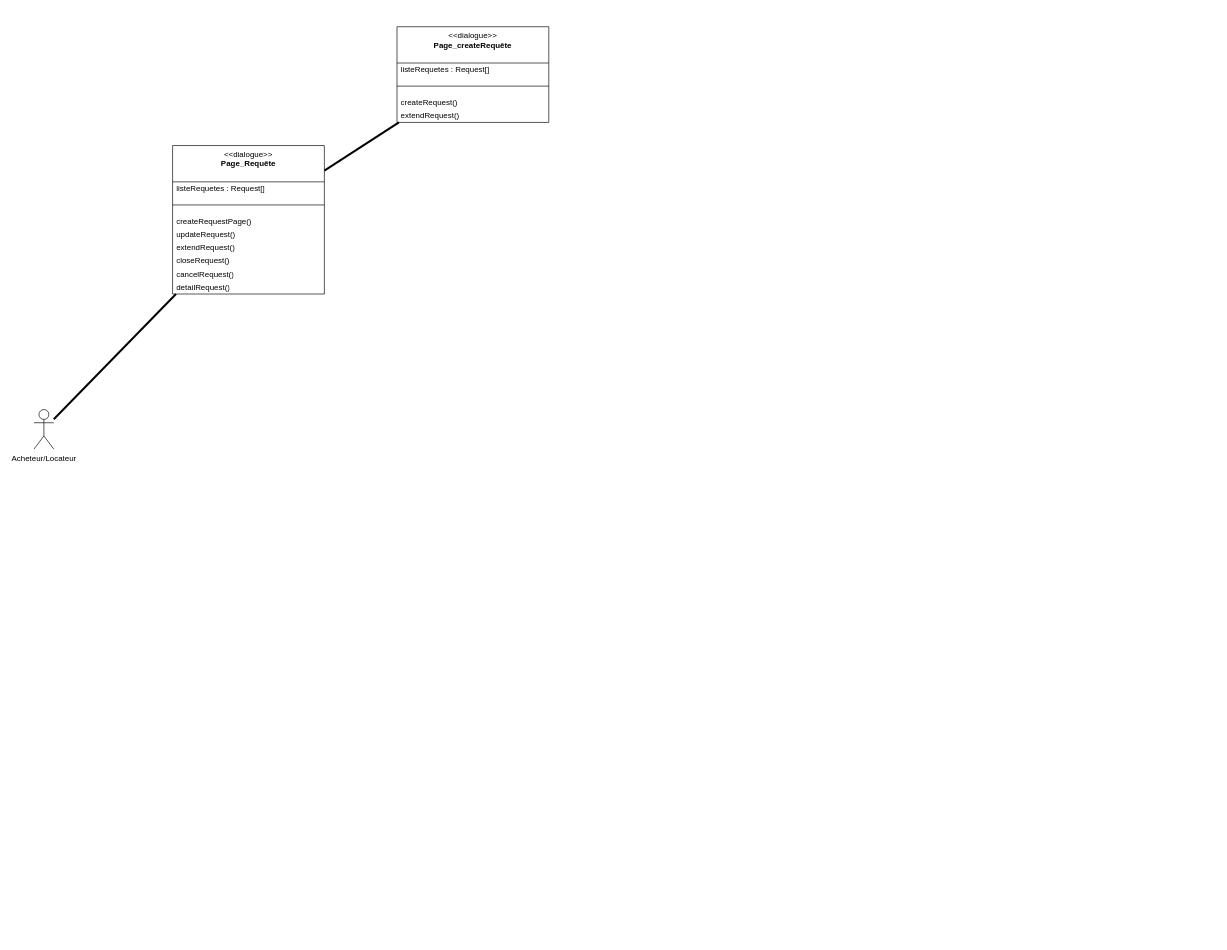
Earlier version of the draw.io diagram page "DCP-REQUETE" (11 of 11) of Diagramme-vone-2024.drawio (Kaji17/Diagramme-UML). Source tidied: cells renumbered, new cells numbered last; positions are measured from the earlier drawing's top-left corner, leaving out a move shared by most shapes. Both pictures are drawn from the tidied source at 66%, with x=0, y=0 at pixel (34, 26).
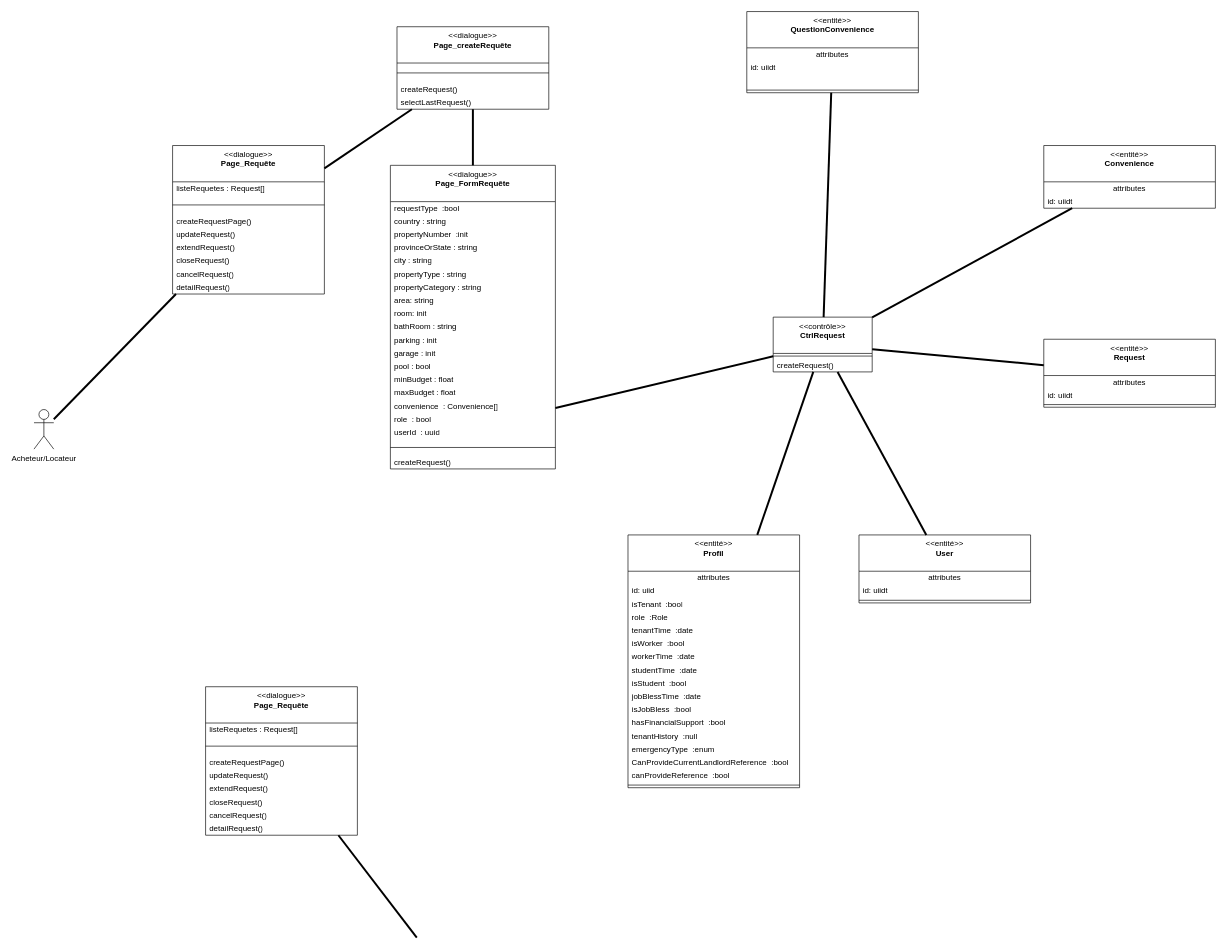
The same diagram, later.

Change to the diagram source:
```diff
@@
     <mxCell id="14" value="&amp;lt;&amp;lt;dialogue&amp;gt;&amp;gt;&lt;br&gt;&lt;b&gt;Page_createRequête&lt;br&gt;&lt;/b&gt;" style="swimlane;fontStyle=0;align=center;verticalAlign=top;horizontal=1;startSize=55;html=1;whiteSpace=wrap;" parent="1" vertex="1">
-      <mxGeometry x="550" width="230" height="145" as="geometry" />
+      <mxGeometry x="550" width="230" height="125" as="geometry" />
     </mxCell>
-    <mxCell id="15" value="listeRequetes : Request[]" style="text;html=1;align=left;verticalAlign=middle;spacingLeft=4;spacingRight=4;overflow=hidden;whiteSpace=wrap;" parent="14" vertex="1">
-      <mxGeometry y="55" width="230" height="20" as="geometry" />
-    </mxCell>
     <mxCell id="16" style="line;strokeWidth=1;align=left;verticalAlign=middle;spacingTop=-1;spacingLeft=3;spacingRight=3;labelPosition=right;" parent="14" vertex="1">
-      <mxGeometry y="75" width="230" height="30" as="geometry" />
+      <mxGeometry y="55" width="230" height="30" as="geometry" />
     </mxCell>
     <mxCell id="17" value="createRequest()" style="text;html=1;align=left;verticalAlign=middle;spacingLeft=4;spacingRight=4;overflow=hidden;whiteSpace=wrap;" parent="14" vertex="1">
-      <mxGeometry y="105" width="230" height="20" as="geometry" />
+      <mxGeometry y="85" width="230" height="20" as="geometry" />
     </mxCell>
-    <mxCell id="18" value="extendRequest()" style="text;html=1;align=left;verticalAlign=middle;spacingLeft=4;spacingRight=4;overflow=hidden;points=[[0,0.5],[1,0.5]];portConstraint=eastwest;whiteSpace=wrap;" parent="14" vertex="1">
-      <mxGeometry y="125" width="230" height="20" as="geometry" />
+    <mxCell id="18" value="selectLastRequest()" style="text;html=1;align=left;verticalAlign=middle;spacingLeft=4;spacingRight=4;overflow=hidden;points=[[0,0.5],[1,0.5]];portConstraint=eastwest;whiteSpace=wrap;" parent="14" vertex="1">
+      <mxGeometry y="105" width="230" height="20" as="geometry" />
     </mxCell>
+    <mxCell id="19" value="&amp;lt;&amp;lt;dialogue&amp;gt;&amp;gt;&lt;br&gt;&lt;b&gt;Page_FormRequête&lt;br&gt;&lt;/b&gt;" style="swimlane;fontStyle=0;align=center;verticalAlign=top;horizontal=1;startSize=55;html=1;whiteSpace=wrap;" parent="1" vertex="1">
+      <mxGeometry x="540" y="210" width="250" height="460" as="geometry" />
+    </mxCell>
+    <mxCell id="20" value="requestType &amp;nbsp;:bool" style="text;html=1;align=left;verticalAlign=middle;spacingLeft=4;spacingRight=4;overflow=hidden;whiteSpace=wrap;" parent="19" vertex="1">
+      <mxGeometry y="55" width="250" height="20" as="geometry" />
+    </mxCell>
+    <mxCell id="21" value="country : string" style="text;html=1;align=left;verticalAlign=middle;spacingLeft=4;spacingRight=4;overflow=hidden;whiteSpace=wrap;" parent="19" vertex="1">
+      <mxGeometry y="75" width="250" height="20" as="geometry" />
+    </mxCell>
+    <mxCell id="22" value="propertyNumber &amp;nbsp;:init" style="text;html=1;align=left;verticalAlign=middle;spacingLeft=4;spacingRight=4;overflow=hidden;whiteSpace=wrap;" parent="19" vertex="1">
+      <mxGeometry y="95" width="250" height="20" as="geometry" />
+    </mxCell>
+    <mxCell id="23" value="provinceOrState : string" style="text;html=1;align=left;verticalAlign=middle;spacingLeft=4;spacingRight=4;overflow=hidden;whiteSpace=wrap;" parent="19" vertex="1">
+      <mxGeometry y="115" width="250" height="20" as="geometry" />
+    </mxCell>
+    <mxCell id="24" value="city : string" style="text;html=1;align=left;verticalAlign=middle;spacingLeft=4;spacingRight=4;overflow=hidden;whiteSpace=wrap;" parent="19" vertex="1">
+      <mxGeometry y="135" width="250" height="20" as="geometry" />
+    </mxCell>
+    <mxCell id="25" value="propertyType : string" style="text;html=1;align=left;verticalAlign=middle;spacingLeft=4;spacingRight=4;overflow=hidden;whiteSpace=wrap;" parent="19" vertex="1">
+      <mxGeometry y="155" width="250" height="20" as="geometry" />
+    </mxCell>
+    <mxCell id="26" value="propertyCategory : string" style="text;html=1;align=left;verticalAlign=middle;spacingLeft=4;spacingRight=4;overflow=hidden;whiteSpace=wrap;" parent="19" vertex="1">
+      <mxGeometry y="175" width="250" height="20" as="geometry" />
+    </mxCell>
+    <mxCell id="27" value="area: string" style="text;html=1;align=left;verticalAlign=middle;spacingLeft=4;spacingRight=4;overflow=hidden;whiteSpace=wrap;" parent="19" vertex="1">
+      <mxGeometry y="195" width="250" height="20" as="geometry" />
+    </mxCell>
+    <mxCell id="28" value="room: init" style="text;html=1;align=left;verticalAlign=middle;spacingLeft=4;spacingRight=4;overflow=hidden;whiteSpace=wrap;" parent="19" vertex="1">
+      <mxGeometry y="215" width="250" height="20" as="geometry" />
+    </mxCell>
+    <mxCell id="29" value="bathRoom : string" style="text;html=1;align=left;verticalAlign=middle;spacingLeft=4;spacingRight=4;overflow=hidden;whiteSpace=wrap;" parent="19" vertex="1">
+      <mxGeometry y="235" width="250" height="20" as="geometry" />
+    </mxCell>
+    <mxCell id="30" value="parking : init" style="text;html=1;align=left;verticalAlign=middle;spacingLeft=4;spacingRight=4;overflow=hidden;whiteSpace=wrap;" parent="19" vertex="1">
+      <mxGeometry y="255" width="250" height="20" as="geometry" />
+    </mxCell>
+    <mxCell id="31" value="garage : init" style="text;html=1;align=left;verticalAlign=middle;spacingLeft=4;spacingRight=4;overflow=hidden;whiteSpace=wrap;" parent="19" vertex="1">
+      <mxGeometry y="275" width="250" height="20" as="geometry" />
+    </mxCell>
+    <mxCell id="32" value="pool : bool" style="text;html=1;align=left;verticalAlign=middle;spacingLeft=4;spacingRight=4;overflow=hidden;whiteSpace=wrap;" parent="19" vertex="1">
+      <mxGeometry y="295" width="250" height="20" as="geometry" />
+    </mxCell>
+    <mxCell id="33" value="minBudget : float" style="text;html=1;align=left;verticalAlign=middle;spacingLeft=4;spacingRight=4;overflow=hidden;whiteSpace=wrap;" parent="19" vertex="1">
+      <mxGeometry y="315" width="250" height="20" as="geometry" />
+    </mxCell>
+    <mxCell id="34" value="maxBudget : float" style="text;html=1;align=left;verticalAlign=middle;spacingLeft=4;spacingRight=4;overflow=hidden;whiteSpace=wrap;" parent="19" vertex="1">
+      <mxGeometry y="335" width="250" height="20" as="geometry" />
+    </mxCell>
+    <mxCell id="35" value="convenience &amp;nbsp;: Convenience[]" style="text;html=1;align=left;verticalAlign=middle;spacingLeft=4;spacingRight=4;overflow=hidden;whiteSpace=wrap;" parent="19" vertex="1">
+      <mxGeometry y="355" width="250" height="20" as="geometry" />
+    </mxCell>
+    <mxCell id="36" value="role &amp;nbsp;: bool" style="text;html=1;align=left;verticalAlign=middle;spacingLeft=4;spacingRight=4;overflow=hidden;whiteSpace=wrap;" parent="19" vertex="1">
+      <mxGeometry y="375" width="250" height="20" as="geometry" />
+    </mxCell>
+    <mxCell id="37" value="userId &amp;nbsp;: uuid" style="text;html=1;align=left;verticalAlign=middle;spacingLeft=4;spacingRight=4;overflow=hidden;whiteSpace=wrap;" parent="19" vertex="1">
+      <mxGeometry y="395" width="250" height="20" as="geometry" />
+    </mxCell>
+    <mxCell id="38" style="line;strokeWidth=1;align=left;verticalAlign=middle;spacingTop=-1;spacingLeft=3;spacingRight=3;labelPosition=right;" parent="19" vertex="1">
+      <mxGeometry y="415" width="250" height="25" as="geometry" />
+    </mxCell>
+    <mxCell id="39" value="createRequest()" style="text;html=1;align=left;verticalAlign=middle;spacingLeft=4;spacingRight=4;overflow=hidden;whiteSpace=wrap;" parent="19" vertex="1">
+      <mxGeometry y="440" width="250" height="20" as="geometry" />
+    </mxCell>
+    <mxCell id="40" style="endArrow=none;startArrow=none;endFill=0;startFill=0;endSize=8;html=1;verticalAlign=bottom;labelBackgroundColor=none;strokeWidth=3;rounded=0;" parent="1" edge="1" source="19" target="18">
+      <mxGeometry relative="1" as="geometry" />
+    </mxCell>
+    <mxCell id="41" value="&amp;lt;&amp;lt;dialogue&amp;gt;&amp;gt;&lt;br&gt;&lt;b&gt;Page_Requête&lt;br&gt;&lt;/b&gt;" style="swimlane;fontStyle=0;align=center;verticalAlign=top;horizontal=1;startSize=55;html=1;whiteSpace=wrap;" parent="1" vertex="1">
+      <mxGeometry x="260" y="1000" width="230" height="225" as="geometry" />
+    </mxCell>
+    <mxCell id="15" value="listeRequetes : Request[]" style="text;html=1;align=left;verticalAlign=middle;spacingLeft=4;spacingRight=4;overflow=hidden;whiteSpace=wrap;" parent="41" vertex="1">
+      <mxGeometry y="55" width="230" height="20" as="geometry" />
+    </mxCell>
+    <mxCell id="42" style="line;strokeWidth=1;align=left;verticalAlign=middle;spacingTop=-1;spacingLeft=3;spacingRight=3;labelPosition=right;" parent="41" vertex="1">
+      <mxGeometry y="75" width="230" height="30" as="geometry" />
+    </mxCell>
+    <mxCell id="43" value="createRequestPage()" style="text;html=1;align=left;verticalAlign=middle;spacingLeft=4;spacingRight=4;overflow=hidden;whiteSpace=wrap;" parent="41" vertex="1">
+      <mxGeometry y="105" width="230" height="20" as="geometry" />
+    </mxCell>
+    <mxCell id="44" value="updateRequest()" style="text;html=1;align=left;verticalAlign=middle;spacingLeft=4;spacingRight=4;overflow=hidden;whiteSpace=wrap;" parent="41" vertex="1">
+      <mxGeometry y="125" width="230" height="20" as="geometry" />
+    </mxCell>
+    <mxCell id="45" value="extendRequest()" style="text;html=1;align=left;verticalAlign=middle;spacingLeft=4;spacingRight=4;overflow=hidden;whiteSpace=wrap;" parent="41" vertex="1">
+      <mxGeometry y="145" width="230" height="20" as="geometry" />
+    </mxCell>
+    <mxCell id="46" value="closeRequest()" style="text;html=1;align=left;verticalAlign=middle;spacingLeft=4;spacingRight=4;overflow=hidden;whiteSpace=wrap;" parent="41" vertex="1">
+      <mxGeometry y="165" width="230" height="20" as="geometry" />
+    </mxCell>
+    <mxCell id="47" value="cancelRequest()" style="text;html=1;align=left;verticalAlign=middle;spacingLeft=4;spacingRight=4;overflow=hidden;whiteSpace=wrap;" parent="41" vertex="1">
+      <mxGeometry y="185" width="230" height="20" as="geometry" />
+    </mxCell>
+    <mxCell id="48" value="detailRequest()" style="text;html=1;align=left;verticalAlign=middle;spacingLeft=4;spacingRight=4;overflow=hidden;whiteSpace=wrap;" parent="41" vertex="1">
+      <mxGeometry y="205" width="230" height="20" as="geometry" />
+    </mxCell>
+    <mxCell id="49" style="endArrow=none;startArrow=none;endFill=0;startFill=0;endSize=8;html=1;verticalAlign=bottom;labelBackgroundColor=none;strokeWidth=3;rounded=0;" parent="1" edge="1" target="41">
+      <mxGeometry relative="1" as="geometry">
+        <mxPoint x="580" y="1380" as="sourcePoint" />
+      </mxGeometry>
+    </mxCell>
+    <mxCell id="50" value="&amp;lt;&amp;lt;contrôle&amp;gt;&amp;gt;&lt;br&gt;&lt;b&gt;CtrlRequest&lt;/b&gt;" style="swimlane;fontStyle=0;align=center;verticalAlign=top;horizontal=1;startSize=55;html=1;whiteSpace=wrap;" parent="1" vertex="1">
+      <mxGeometry x="1120" y="440" width="150" height="83" as="geometry" />
+    </mxCell>
+    <mxCell id="51" style="line;strokeWidth=1;align=left;verticalAlign=middle;spacingTop=-1;spacingLeft=3;spacingRight=3;labelPosition=right;" parent="50" vertex="1">
+      <mxGeometry y="55" width="150" height="8" as="geometry" />
+    </mxCell>
+    <mxCell id="52" value="createRequest()" style="text;html=1;align=left;verticalAlign=middle;spacingLeft=4;spacingRight=4;overflow=hidden;whiteSpace=wrap;" parent="50" vertex="1">
+      <mxGeometry y="63" width="150" height="20" as="geometry" />
+    </mxCell>
+    <mxCell id="53" style="endArrow=none;startArrow=none;endFill=0;startFill=0;endSize=8;html=1;verticalAlign=bottom;labelBackgroundColor=none;strokeWidth=3;rounded=0;" parent="1" edge="1" source="50">
+      <mxGeometry relative="1" as="geometry">
+        <mxPoint x="790" y="577.7" as="targetPoint" />
+      </mxGeometry>
+    </mxCell>
+    <mxCell id="54" value="&amp;lt;&amp;lt;entité&amp;gt;&amp;gt;&lt;br&gt;&lt;b&gt;Request&lt;/b&gt;" style="swimlane;fontStyle=0;align=center;verticalAlign=top;horizontal=1;startSize=55;html=1;whiteSpace=wrap;" parent="1" vertex="1">
+      <mxGeometry x="1530" y="473.5" width="260" height="103" as="geometry" />
+    </mxCell>
+    <mxCell id="55" value="attributes" style="text;html=1;align=center;verticalAlign=middle;spacingLeft=4;spacingRight=4;overflow=hidden;whiteSpace=wrap;" parent="54" vertex="1">
+      <mxGeometry y="55" width="260" height="20" as="geometry" />
+    </mxCell>
+    <mxCell id="56" value="id: uiidt" style="text;html=1;align=left;verticalAlign=middle;spacingLeft=4;spacingRight=4;overflow=hidden;whiteSpace=wrap;" parent="54" vertex="1">
+      <mxGeometry y="75" width="260" height="20" as="geometry" />
+    </mxCell>
+    <mxCell id="57" style="line;strokeWidth=1;align=left;verticalAlign=middle;spacingTop=-1;spacingLeft=3;spacingRight=3;labelPosition=right;" parent="54" vertex="1">
+      <mxGeometry y="95" width="260" height="8" as="geometry" />
+    </mxCell>
+    <mxCell id="58" style="endArrow=none;startArrow=none;endFill=0;startFill=0;endSize=8;html=1;verticalAlign=bottom;labelBackgroundColor=none;strokeWidth=3;rounded=0;" parent="1" edge="1" source="54" target="50">
+      <mxGeometry relative="1" as="geometry" />
+    </mxCell>
+    <mxCell id="59" value="&amp;lt;&amp;lt;entité&amp;gt;&amp;gt;&lt;br&gt;&lt;b&gt;User&lt;/b&gt;" style="swimlane;fontStyle=0;align=center;verticalAlign=top;horizontal=1;startSize=55;html=1;whiteSpace=wrap;" parent="1" vertex="1">
+      <mxGeometry x="1250" y="770" width="260" height="103" as="geometry" />
+    </mxCell>
+    <mxCell id="60" value="attributes" style="text;html=1;align=center;verticalAlign=middle;spacingLeft=4;spacingRight=4;overflow=hidden;whiteSpace=wrap;" parent="59" vertex="1">
+      <mxGeometry y="55" width="260" height="20" as="geometry" />
+    </mxCell>
+    <mxCell id="61" value="id: uiidt" style="text;html=1;align=left;verticalAlign=middle;spacingLeft=4;spacingRight=4;overflow=hidden;whiteSpace=wrap;" parent="59" vertex="1">
+      <mxGeometry y="75" width="260" height="20" as="geometry" />
+    </mxCell>
+    <mxCell id="62" style="line;strokeWidth=1;align=left;verticalAlign=middle;spacingTop=-1;spacingLeft=3;spacingRight=3;labelPosition=right;" parent="59" vertex="1">
+      <mxGeometry y="95" width="260" height="8" as="geometry" />
+    </mxCell>
+    <mxCell id="63" style="endArrow=none;startArrow=none;endFill=0;startFill=0;endSize=8;html=1;verticalAlign=bottom;labelBackgroundColor=none;strokeWidth=3;rounded=0;" parent="1" edge="1" source="59" target="50">
+      <mxGeometry relative="1" as="geometry" />
+    </mxCell>
+    <mxCell id="64" value="&amp;lt;&amp;lt;entité&amp;gt;&amp;gt;&lt;br&gt;&lt;b&gt;Profil&lt;/b&gt;" style="swimlane;fontStyle=0;align=center;verticalAlign=top;horizontal=1;startSize=55;html=1;whiteSpace=wrap;" parent="1" vertex="1">
+      <mxGeometry x="900" y="770" width="260" height="383" as="geometry" />
+    </mxCell>
+    <mxCell id="65" value="attributes" style="text;html=1;align=center;verticalAlign=middle;spacingLeft=4;spacingRight=4;overflow=hidden;whiteSpace=wrap;" parent="64" vertex="1">
+      <mxGeometry y="55" width="260" height="20" as="geometry" />
+    </mxCell>
+    <mxCell id="66" value="id:&amp;nbsp;uiid" style="text;html=1;align=left;verticalAlign=middle;spacingLeft=4;spacingRight=4;overflow=hidden;whiteSpace=wrap;" parent="64" vertex="1">
+      <mxGeometry y="75" width="260" height="20" as="geometry" />
+    </mxCell>
+    <mxCell id="67" value="isTenant &amp;nbsp;:bool" style="text;html=1;align=left;verticalAlign=middle;spacingLeft=4;spacingRight=4;overflow=hidden;whiteSpace=wrap;" parent="64" vertex="1">
+      <mxGeometry y="95" width="260" height="20" as="geometry" />
+    </mxCell>
+    <mxCell id="68" value="role &amp;nbsp;:Role" style="text;html=1;align=left;verticalAlign=middle;spacingLeft=4;spacingRight=4;overflow=hidden;whiteSpace=wrap;" parent="64" vertex="1">
+      <mxGeometry y="115" width="260" height="20" as="geometry" />
+    </mxCell>
+    <mxCell id="69" value="tenantTime &amp;nbsp;:date" style="text;html=1;align=left;verticalAlign=middle;spacingLeft=4;spacingRight=4;overflow=hidden;whiteSpace=wrap;" parent="64" vertex="1">
+      <mxGeometry y="135" width="260" height="20" as="geometry" />
+    </mxCell>
+    <mxCell id="70" value="isWorker &amp;nbsp;:bool" style="text;html=1;align=left;verticalAlign=middle;spacingLeft=4;spacingRight=4;overflow=hidden;whiteSpace=wrap;" parent="64" vertex="1">
+      <mxGeometry y="155" width="260" height="20" as="geometry" />
+    </mxCell>
+    <mxCell id="71" value="workerTime &amp;nbsp;:date" style="text;html=1;align=left;verticalAlign=middle;spacingLeft=4;spacingRight=4;overflow=hidden;whiteSpace=wrap;" parent="64" vertex="1">
+      <mxGeometry y="175" width="260" height="20" as="geometry" />
+    </mxCell>
+    <mxCell id="72" value="studentTime &amp;nbsp;:date" style="text;html=1;align=left;verticalAlign=middle;spacingLeft=4;spacingRight=4;overflow=hidden;whiteSpace=wrap;" parent="64" vertex="1">
+      <mxGeometry y="195" width="260" height="20" as="geometry" />
+    </mxCell>
+    <mxCell id="73" value="isStudent &amp;nbsp;:bool" style="text;html=1;align=left;verticalAlign=middle;spacingLeft=4;spacingRight=4;overflow=hidden;whiteSpace=wrap;" parent="64" vertex="1">
+      <mxGeometry y="215" width="260" height="20" as="geometry" />
+    </mxCell>
+    <mxCell id="74" value="jobBlessTime &amp;nbsp;:date" style="text;html=1;align=left;verticalAlign=middle;spacingLeft=4;spacingRight=4;overflow=hidden;whiteSpace=wrap;" parent="64" vertex="1">
+      <mxGeometry y="235" width="260" height="20" as="geometry" />
+    </mxCell>
+    <mxCell id="75" value="isJobBless &amp;nbsp;:bool" style="text;html=1;align=left;verticalAlign=middle;spacingLeft=4;spacingRight=4;overflow=hidden;whiteSpace=wrap;" parent="64" vertex="1">
+      <mxGeometry y="255" width="260" height="20" as="geometry" />
+    </mxCell>
+    <mxCell id="76" value="hasFinancialSupport &amp;nbsp;:bool" style="text;html=1;align=left;verticalAlign=middle;spacingLeft=4;spacingRight=4;overflow=hidden;whiteSpace=wrap;" parent="64" vertex="1">
+      <mxGeometry y="275" width="260" height="20" as="geometry" />
+    </mxCell>
+    <mxCell id="77" value="tenantHistory &amp;nbsp;:null" style="text;html=1;align=left;verticalAlign=middle;spacingLeft=4;spacingRight=4;overflow=hidden;whiteSpace=wrap;" parent="64" vertex="1">
+      <mxGeometry y="295" width="260" height="20" as="geometry" />
+    </mxCell>
+    <mxCell id="78" value="emergencyType &amp;nbsp;:enum" style="text;html=1;align=left;verticalAlign=middle;spacingLeft=4;spacingRight=4;overflow=hidden;whiteSpace=wrap;" parent="64" vertex="1">
+      <mxGeometry y="315" width="260" height="20" as="geometry" />
+    </mxCell>
+    <mxCell id="79" value="CanProvideCurrentLandlordReference &amp;nbsp;:bool" style="text;html=1;align=left;verticalAlign=middle;spacingLeft=4;spacingRight=4;overflow=hidden;whiteSpace=wrap;" parent="64" vertex="1">
+      <mxGeometry y="335" width="260" height="20" as="geometry" />
+    </mxCell>
+    <mxCell id="80" value="canProvideReference &amp;nbsp;:bool" style="text;html=1;align=left;verticalAlign=middle;spacingLeft=4;spacingRight=4;overflow=hidden;whiteSpace=wrap;" parent="64" vertex="1">
+      <mxGeometry y="355" width="260" height="20" as="geometry" />
+    </mxCell>
+    <mxCell id="81" style="line;strokeWidth=1;align=left;verticalAlign=middle;spacingTop=-1;spacingLeft=3;spacingRight=3;labelPosition=right;" parent="64" vertex="1">
+      <mxGeometry y="375" width="260" height="8" as="geometry" />
+    </mxCell>
+    <mxCell id="82" style="endArrow=none;startArrow=none;endFill=0;startFill=0;endSize=8;html=1;verticalAlign=bottom;labelBackgroundColor=none;strokeWidth=3;rounded=0;" parent="1" edge="1" source="64" target="50">
+      <mxGeometry relative="1" as="geometry" />
+    </mxCell>
+    <mxCell id="83" style="endArrow=none;startArrow=none;endFill=0;startFill=0;endSize=8;html=1;verticalAlign=bottom;labelBackgroundColor=none;strokeWidth=3;rounded=0;" parent="1" edge="1" source="84" target="50">
+      <mxGeometry relative="1" as="geometry" />
+    </mxCell>
+    <mxCell id="84" value="&amp;lt;&amp;lt;entité&amp;gt;&amp;gt;&lt;br&gt;&lt;b&gt;Convenience&lt;/b&gt;" style="swimlane;fontStyle=0;align=center;verticalAlign=top;horizontal=1;startSize=55;html=1;whiteSpace=wrap;" parent="1" vertex="1">
+      <mxGeometry x="1530" y="180" width="260" height="95" as="geometry" />
+    </mxCell>
+    <mxCell id="85" value="attributes" style="text;html=1;align=center;verticalAlign=middle;spacingLeft=4;spacingRight=4;overflow=hidden;whiteSpace=wrap;" parent="84" vertex="1">
+      <mxGeometry y="55" width="260" height="20" as="geometry" />
+    </mxCell>
+    <mxCell id="86" value="id: uiidt" style="text;html=1;align=left;verticalAlign=middle;spacingLeft=4;spacingRight=4;overflow=hidden;whiteSpace=wrap;" parent="84" vertex="1">
+      <mxGeometry y="75" width="260" height="20" as="geometry" />
+    </mxCell>
+    <mxCell id="87" style="endArrow=none;startArrow=none;endFill=0;startFill=0;endSize=8;html=1;verticalAlign=bottom;labelBackgroundColor=none;strokeWidth=3;rounded=0;" parent="1" edge="1" source="88" target="50">
+      <mxGeometry relative="1" as="geometry" />
+    </mxCell>
+    <mxCell id="88" value="&amp;lt;&amp;lt;entité&amp;gt;&amp;gt;&lt;br&gt;&lt;b&gt;QuestionConvenience&lt;/b&gt;" style="swimlane;fontStyle=0;align=center;verticalAlign=top;horizontal=1;startSize=55;html=1;whiteSpace=wrap;" parent="1" vertex="1">
+      <mxGeometry x="1080" y="-23" width="260" height="123" as="geometry" />
+    </mxCell>
+    <mxCell id="89" value="attributes" style="text;html=1;align=center;verticalAlign=middle;spacingLeft=4;spacingRight=4;overflow=hidden;whiteSpace=wrap;" parent="88" vertex="1">
+      <mxGeometry y="55" width="260" height="20" as="geometry" />
+    </mxCell>
+    <mxCell id="90" value="id: uiidt" style="text;html=1;align=left;verticalAlign=middle;spacingLeft=4;spacingRight=4;overflow=hidden;whiteSpace=wrap;" parent="88" vertex="1">
+      <mxGeometry y="75" width="260" height="20" as="geometry" />
+    </mxCell>
+    <mxCell id="91" style="text;html=1;align=left;verticalAlign=middle;spacingLeft=4;spacingRight=4;overflow=hidden;whiteSpace=wrap;" parent="88" vertex="1">
+      <mxGeometry y="95" width="260" height="20" as="geometry" />
+    </mxCell>
+    <mxCell id="92" style="line;strokeWidth=1;align=left;verticalAlign=middle;spacingTop=-1;spacingLeft=3;spacingRight=3;labelPosition=right;" parent="88" vertex="1">
+      <mxGeometry y="115" width="260" height="8" as="geometry" />
+    </mxCell>
```
